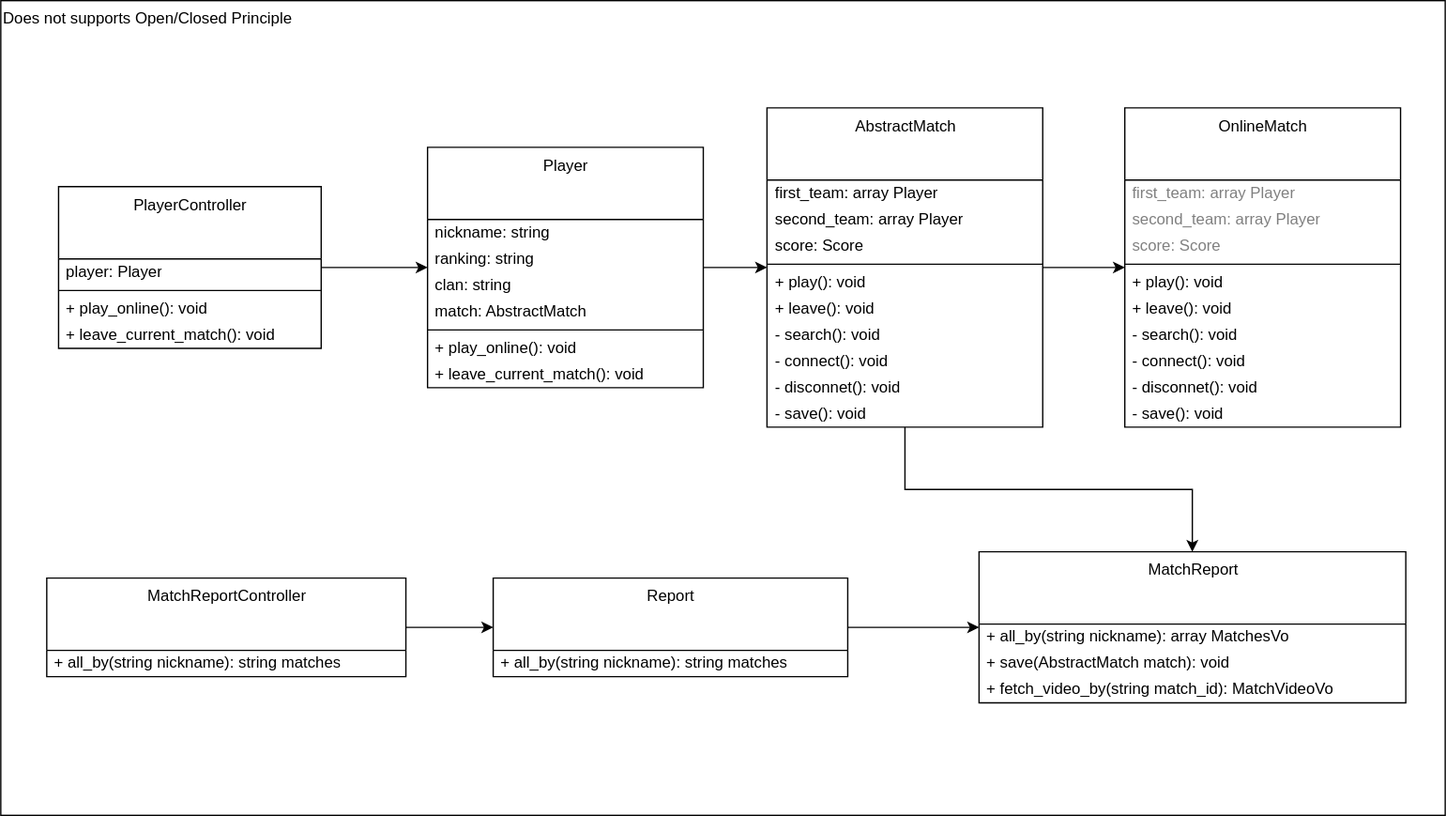
Above: images/clean-code-clean-classes/BROKEN-OCP.svg in GabrielSlima/blog (draw.io), before the change. Source tidied: cells renumbered, new cells last; positions are measured from the earlier drawing's top-left corner, leaving out a move shared by most shapes.
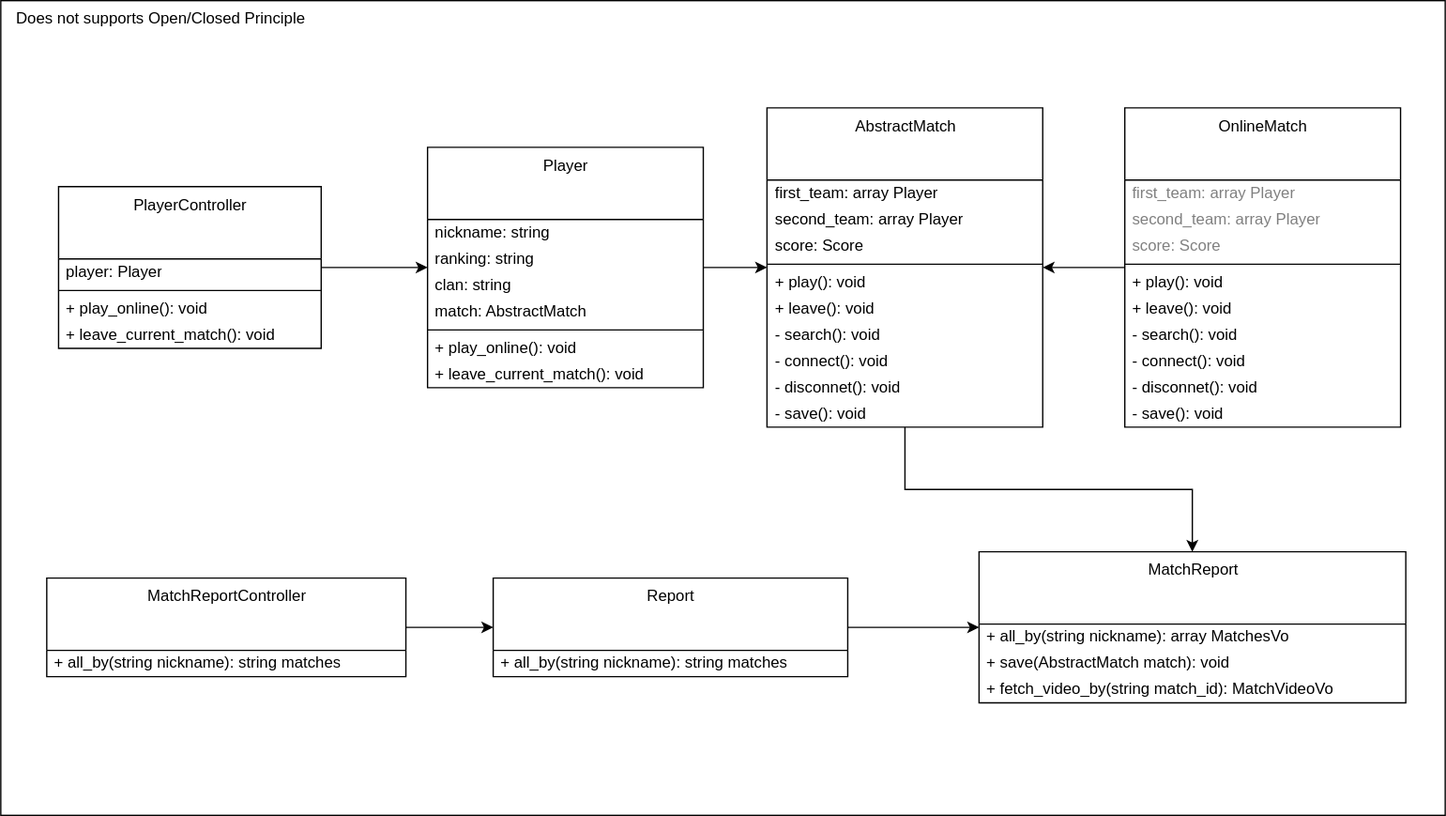
The same diagram one commit later.

Diff of the diagram source:
```diff
@@ -2,7 +2,7 @@
   <root>
     <mxCell id="0" />
     <mxCell id="1" parent="0" />
-    <mxCell id="2" value="Does not supports Open/Closed Principle" style="rounded=0;whiteSpace=wrap;html=1;fillColor=none;align=left;verticalAlign=top;" parent="1" vertex="1">
+    <mxCell id="2" value="Does not supports Open/Closed Principle" style="rounded=0;whiteSpace=wrap;html=1;fillColor=none;align=left;verticalAlign=top;spacingLeft=10;" parent="1" vertex="1">
       <mxGeometry width="1100" height="620" as="geometry" />
     </mxCell>
     <mxCell id="3" value="MatchReport" style="swimlane;fontStyle=0;align=center;verticalAlign=top;horizontal=1;startSize=55;html=1;fillColor=none;" parent="1" vertex="1">
@@ -62,6 +62,9 @@
     <mxCell id="21" value="+ leave_current_match(): void" style="text;html=1;strokeColor=none;fillColor=none;align=left;verticalAlign=middle;spacingLeft=4;spacingRight=4;overflow=hidden;" parent="17" vertex="1">
       <mxGeometry y="103" width="200" height="20" as="geometry" />
     </mxCell>
+    <mxCell id="52" style="edgeStyle=orthogonalEdgeStyle;rounded=0;jettySize=auto;html=1;" parent="1" edge="1" source="22" target="35">
+      <mxGeometry relative="1" as="geometry" />
+    </mxCell>
     <mxCell id="22" value="OnlineMatch" style="swimlane;fontStyle=0;align=center;verticalAlign=top;horizontal=1;startSize=55;html=1;fillColor=none;" parent="1" vertex="1">
       <mxGeometry x="856" y="81.6" width="210" height="243" as="geometry" />
     </mxCell>
@@ -95,9 +98,6 @@
     <mxCell id="32" value="- save(): void" style="text;html=1;strokeColor=none;fillColor=none;align=left;verticalAlign=middle;spacingLeft=4;spacingRight=4;overflow=hidden;" parent="22" vertex="1">
       <mxGeometry y="223" width="210" height="20" as="geometry" />
     </mxCell>
-    <mxCell id="33" style="edgeStyle=orthogonalEdgeStyle;rounded=0;jettySize=auto;html=1;" parent="1" edge="1" source="35" target="22">
-      <mxGeometry relative="1" as="geometry" />
-    </mxCell>
     <mxCell id="34" style="edgeStyle=orthogonalEdgeStyle;rounded=0;jettySize=auto;html=1;fontColor=#808080;" parent="1" edge="1" source="35" target="3">
       <mxGeometry relative="1" as="geometry" />
     </mxCell>
```
